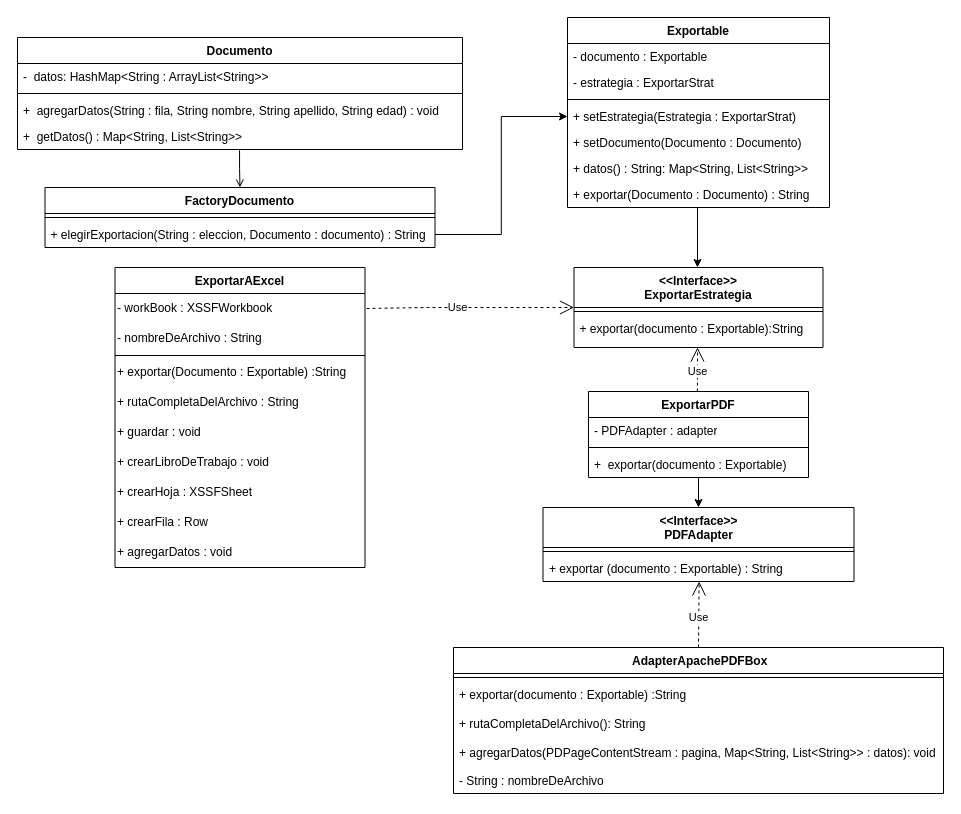
AustroPa/ModuloExportador-Buffa-Fernandez keeps this draw.io diagram as V2/BuffaFernandez - Diagrama V2.drawio. Above is the earlier version. Source tidied: cells renumbered, new cells numbered last; positions are measured from the earlier drawing's top-left corner, leaving out a move shared by most shapes. Both pictures are drawn from the tidied source at 100%, with x=0, y=0 at pixel (17, 17).
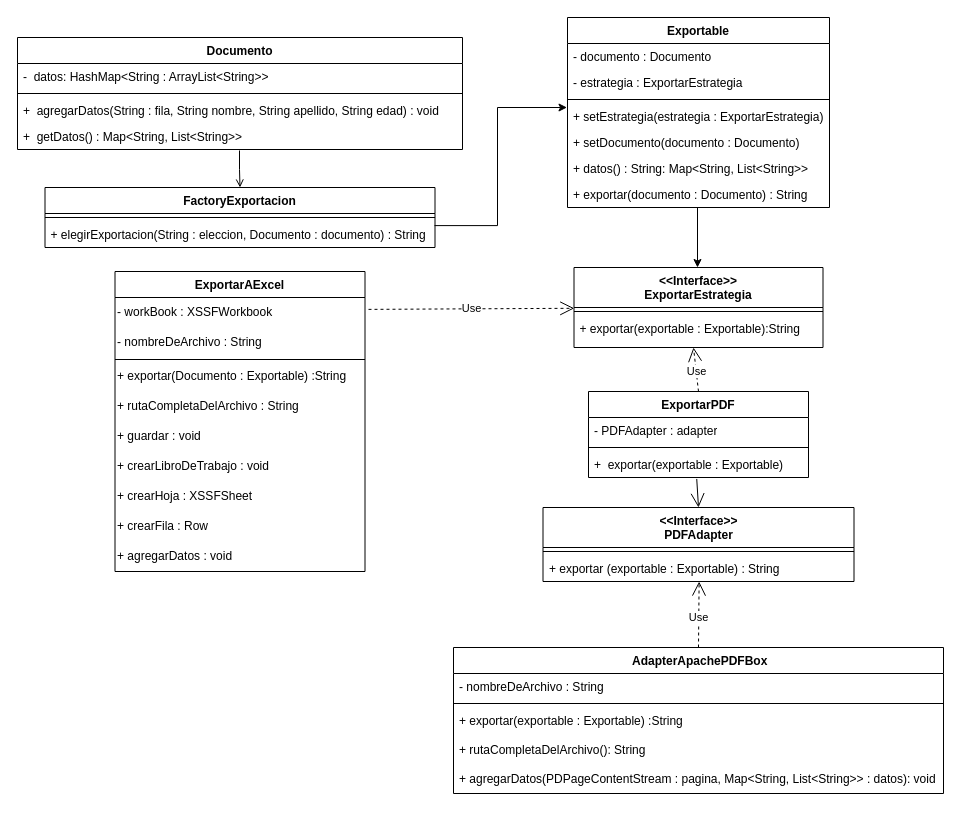
After the change.

Unchanged cells that the change refers to:
```xml
<mxCell id="6" value="+  getDatos() : Map&lt;String, List&lt;String&gt;&gt;" style="text;align=left;verticalAlign=top;spacingLeft=4;spacingRight=4;overflow=hidden;points=[[0,0.5],[1,0.5]];portConstraint=eastwest;" parent="2" vertex="1">
  <mxGeometry y="86" width="445" height="26" as="geometry" />
</mxCell>
<mxCell id="7" value="&lt;&lt;Interface&gt;&gt;&#10;ExportarEstrategia" style="swimlane;fontStyle=1;align=center;verticalAlign=top;horizontal=1;startSize=40;rounded=0;shadow=0;strokeWidth=1;swimlaneFillColor=default;" parent="1" vertex="1">
  <mxGeometry x="556.5" y="250" width="249" height="80" as="geometry" />
</mxCell>
<mxCell id="8" style="line;html=1;strokeWidth=1;align=left;verticalAlign=middle;spacingTop=-1;spacingLeft=3;spacingRight=3;labelPosition=right;points=[];portConstraint=eastwest;" parent="7" vertex="1">
  <mxGeometry y="40" width="249" height="8" as="geometry" />
</mxCell>
<mxCell id="11" value="- workBook : XSSFWorkbook" style="text;html=1;align=left;verticalAlign=middle;points=[];strokeColor=none;fillColor=none;" parent="10" vertex="1">
  <mxGeometry y="26" width="250" height="30" as="geometry" />
</mxCell>
<mxCell id="22" value="Exportable" style="swimlane;fontStyle=1;align=center;verticalAlign=top;horizontal=1;startSize=26;rounded=0;shadow=0;strokeWidth=1;swimlaneFillColor=default;" parent="1" vertex="1">
  <mxGeometry x="550" width="262" height="190" as="geometry" />
</mxCell>
<mxCell id="32" value="&lt;b&gt;ExportarPDF&lt;/b&gt;" style="swimlane;fontStyle=0;align=center;verticalAlign=top;horizontal=1;startSize=26;whiteSpace=wrap;html=1;swimlaneFillColor=default;" parent="1" vertex="1">
  <mxGeometry x="571" y="374" width="220" height="86" as="geometry" />
</mxCell>
<mxCell id="38" value="&lt;div&gt;&amp;lt;&amp;lt;Interface&amp;gt;&amp;gt;&lt;/div&gt;&lt;div&gt;PDFAdapter &lt;br&gt;&lt;/div&gt;" style="swimlane;fontStyle=1;align=center;verticalAlign=top;horizontal=1;startSize=40;whiteSpace=wrap;html=1;swimlaneFillColor=default;" parent="1" vertex="1">
  <mxGeometry x="525.5" y="490" width="311" height="74" as="geometry" />
</mxCell>
<mxCell id="41" value="&amp;nbsp;AdapterApachePDFBox" style="swimlane;fontStyle=1;align=center;verticalAlign=top;horizontal=1;startSize=26;whiteSpace=wrap;html=1;swimlaneFillColor=default;" parent="1" vertex="1">
  <mxGeometry x="436" y="630" width="490" height="146" as="geometry" />
</mxCell>
```

The edit, as a diff of the source:
```diff
@@
-    <mxCell id="9" value="+ exportar(documento : Exportable):String" style="text;align=left;verticalAlign=top;spacingLeft=4;spacingRight=4;overflow=hidden;" parent="7" vertex="1">
+    <mxCell id="9" value="+ exportar(exportable : Exportable):String" style="text;align=left;verticalAlign=top;spacingLeft=4;spacingRight=4;overflow=hidden;" parent="7" vertex="1">
       <mxGeometry y="48" width="249" height="26" as="geometry" />
     </mxCell>
     <mxCell id="10" value="ExportarAExcel" style="swimlane;fontStyle=1;align=center;verticalAlign=top;horizontal=1;startSize=26;rounded=0;shadow=0;strokeWidth=1;swimlaneLine=1;glass=0;fillColor=default;gradientColor=none;swimlaneFillColor=default;perimeterSpacing=1;" parent="1" vertex="1">
-      <mxGeometry x="97.5" y="250" width="250" height="300" as="geometry" />
+      <mxGeometry x="97.5" y="254" width="250" height="300" as="geometry" />
     </mxCell>
@@
-    <mxCell id="23" value="- documento : Exportable" style="text;align=left;verticalAlign=top;spacingLeft=4;spacingRight=4;overflow=hidden;rounded=0;shadow=0;html=0;" parent="22" vertex="1">
+    <mxCell id="23" value="- documento : Documento" style="text;align=left;verticalAlign=top;spacingLeft=4;spacingRight=4;overflow=hidden;rounded=0;shadow=0;html=0;" parent="22" vertex="1">
       <mxGeometry y="26" width="262" height="26" as="geometry" />
     </mxCell>
-    <mxCell id="24" value="- estrategia : ExportarStrat" style="text;align=left;verticalAlign=top;spacingLeft=4;spacingRight=4;overflow=hidden;rounded=0;shadow=0;html=0;" parent="22" vertex="1">
+    <mxCell id="24" value="- estrategia : ExportarEstrategia" style="text;align=left;verticalAlign=top;spacingLeft=4;spacingRight=4;overflow=hidden;rounded=0;shadow=0;html=0;" parent="22" vertex="1">
       <mxGeometry y="52" width="262" height="26" as="geometry" />
     </mxCell>
@@
-    <mxCell id="26" value="+ setEstrategia(Estrategia : ExportarStrat)" style="text;align=left;verticalAlign=top;spacingLeft=4;spacingRight=4;overflow=hidden;points=[[0,0.5],[1,0.5]];portConstraint=eastwest;" parent="22" vertex="1">
+    <mxCell id="26" value="+ setEstrategia(estrategia : ExportarEstrategia)" style="text;align=left;verticalAlign=top;spacingLeft=4;spacingRight=4;overflow=hidden;points=[[0,0.5],[1,0.5]];portConstraint=eastwest;" parent="22" vertex="1">
       <mxGeometry y="86" width="262" height="26" as="geometry" />
     </mxCell>
-    <mxCell id="27" value="+ setDocumento(Documento : Documento)" style="text;align=left;verticalAlign=top;spacingLeft=4;spacingRight=4;overflow=hidden;" parent="22" vertex="1">
+    <mxCell id="27" value="+ setDocumento(documento : Documento)" style="text;align=left;verticalAlign=top;spacingLeft=4;spacingRight=4;overflow=hidden;" parent="22" vertex="1">
       <mxGeometry y="112" width="262" height="26" as="geometry" />
     </mxCell>
@@
-    <mxCell id="29" value="+ exportar(Documento : Documento) : String" style="text;align=left;verticalAlign=top;spacingLeft=4;spacingRight=4;overflow=hidden;" parent="22" vertex="1">
+    <mxCell id="29" value="+ exportar(documento : Documento) : String" style="text;align=left;verticalAlign=top;spacingLeft=4;spacingRight=4;overflow=hidden;" parent="22" vertex="1">
       <mxGeometry y="164" width="262" height="26" as="geometry" />
     </mxCell>
-    <mxCell id="30" style="endArrow=open;shadow=0;strokeWidth=1;rounded=0;curved=0;endFill=1;edgeStyle=elbowEdgeStyle;elbow=vertical;entryX=0.5;entryY=0;entryDx=0;entryDy=0;exitX=0.499;exitY=1.028;exitDx=0;exitDy=0;exitPerimeter=0;" parent="1" edge="1" source="6" target="46">
-      <mxGeometry x="0.5" y="41" relative="1" as="geometry">
-        <mxPoint x="-40" y="32" as="offset" />
-      </mxGeometry>
-    </mxCell>
-    <mxCell id="31" style="edgeStyle=orthogonalEdgeStyle;rounded=0;jettySize=auto;html=1;entryX=0.5;entryY=0;entryDx=0;entryDy=0;" parent="1" edge="1" source="32" target="38">
-      <mxGeometry relative="1" as="geometry" />
-    </mxCell>
@@
-    <mxCell id="35" value="+&amp;nbsp; exportar(documento :&amp;nbsp;Exportable)" style="text;strokeColor=none;fillColor=none;align=left;verticalAlign=top;spacingLeft=4;spacingRight=4;overflow=hidden;points=[[0,0.5],[1,0.5]];portConstraint=eastwest;whiteSpace=wrap;html=1;" parent="32" vertex="1">
+    <mxCell id="35" value="+&amp;nbsp; exportar(exportable :&amp;nbsp;Exportable)" style="text;strokeColor=none;fillColor=none;align=left;verticalAlign=top;spacingLeft=4;spacingRight=4;overflow=hidden;points=[[0,0.5],[1,0.5]];portConstraint=eastwest;whiteSpace=wrap;html=1;" parent="32" vertex="1">
       <mxGeometry y="60" width="220" height="26" as="geometry" />
     </mxCell>
-    <mxCell id="36" value="Use" style="endArrow=open;endSize=12;dashed=1;html=1;rounded=0;exitX=0.495;exitY=0;exitDx=0;exitDy=0;exitPerimeter=0;" parent="1" edge="1" source="32">
+    <mxCell id="36" value="Use" style="endArrow=open;endSize=12;dashed=1;html=1;rounded=0;exitX=0.5;exitY=0;exitDx=0;exitDy=0;" parent="1" edge="1" source="32">
       <mxGeometry x="-0.08" relative="1" as="geometry">
-        <mxPoint x="680" y="330" as="targetPoint" />
+        <mxPoint x="676" y="330" as="targetPoint" />
       </mxGeometry>
     </mxCell>
-    <mxCell id="37" value="Use" style="endArrow=open;endSize=12;dashed=1;html=1;rounded=0;entryX=0;entryY=0.5;entryDx=0;entryDy=0;" parent="1" edge="1" target="7">
-      <mxGeometry x="-0.12" relative="1" as="geometry">
-        <mxPoint x="349" y="291" as="sourcePoint" />
-        <Array as="points">
-          <mxPoint x="410" y="290" />
-          <mxPoint x="430" y="290" />
-        </Array>
-      </mxGeometry>
+    <mxCell id="37" value="Use" style="endArrow=open;endSize=12;dashed=1;html=1;rounded=0;exitX=1.014;exitY=0.396;exitDx=0;exitDy=0;exitPerimeter=0;entryX=0.001;entryY=0.099;entryDx=0;entryDy=0;entryPerimeter=0;" parent="1" edge="1" source="11" target="8">
+      <mxGeometry relative="1" as="geometry" />
     </mxCell>
@@
-    <mxCell id="40" value="+ exportar (documento :&amp;nbsp;Exportable) : String" style="text;strokeColor=none;fillColor=none;align=left;verticalAlign=top;spacingLeft=4;spacingRight=4;overflow=hidden;points=[[0,0.5],[1,0.5]];portConstraint=eastwest;whiteSpace=wrap;html=1;" parent="38" vertex="1">
+    <mxCell id="40" value="+ exportar (exportable :&amp;nbsp;Exportable) : String" style="text;strokeColor=none;fillColor=none;align=left;verticalAlign=top;spacingLeft=4;spacingRight=4;overflow=hidden;points=[[0,0.5],[1,0.5]];portConstraint=eastwest;whiteSpace=wrap;html=1;" parent="38" vertex="1">
       <mxGeometry y="48" width="311" height="26" as="geometry" />
     </mxCell>
@@
+    <mxCell id="44" value="-&amp;nbsp;nombreDeArchivo : String " style="text;strokeColor=none;fillColor=none;align=left;verticalAlign=top;spacingLeft=4;spacingRight=4;overflow=hidden;whiteSpace=wrap;html=1;" parent="41" vertex="1">
+      <mxGeometry y="26" width="490" height="26" as="geometry" />
+    </mxCell>
     <mxCell id="42" style="line;strokeWidth=1;fillColor=none;align=left;verticalAlign=middle;spacingTop=-1;spacingLeft=3;spacingRight=3;labelPosition=right;strokeColor=inherit;" parent="41" vertex="1">
-      <mxGeometry y="26" width="490" height="8" as="geometry" />
+      <mxGeometry y="52" width="490" height="8" as="geometry" />
     </mxCell>
-    <mxCell id="43" value="&lt;div&gt;+ exportar(documento :&amp;nbsp;Exportable) :String&lt;/div&gt;&lt;div&gt;&lt;br&gt;&lt;/div&gt;&lt;div&gt;+ rutaCompletaDelArchivo(): String&lt;br&gt;&lt;/div&gt;&lt;div&gt;&lt;br&gt;&lt;/div&gt;&lt;div&gt;+ agregarDatos(PDPageContentStream : pagina,&amp;nbsp;&lt;span style=&quot;text-wrap: nowrap; background-color: initial;&quot;&gt;Map&amp;lt;String, List&amp;lt;String&amp;gt;&amp;gt; : datos&lt;/span&gt;&lt;span style=&quot;background-color: initial;&quot;&gt;): void&lt;/span&gt;&lt;/div&gt;&lt;div&gt;&lt;br&gt;&lt;/div&gt;&lt;div&gt;&lt;br&gt;&lt;/div&gt;" style="text;strokeColor=none;fillColor=none;align=left;verticalAlign=top;spacingLeft=4;spacingRight=4;overflow=hidden;whiteSpace=wrap;html=1;" parent="41" vertex="1">
-      <mxGeometry y="34" width="490" height="86" as="geometry" />
+    <mxCell id="43" value="&lt;div&gt;+ exportar(exportable :&amp;nbsp;Exportable) :String&lt;/div&gt;&lt;div&gt;&lt;br&gt;&lt;/div&gt;&lt;div&gt;+ rutaCompletaDelArchivo(): String&lt;br&gt;&lt;/div&gt;&lt;div&gt;&lt;br&gt;&lt;/div&gt;&lt;div&gt;+ agregarDatos(PDPageContentStream : pagina,&amp;nbsp;&lt;span style=&quot;text-wrap: nowrap; background-color: initial;&quot;&gt;Map&amp;lt;String, List&amp;lt;String&amp;gt;&amp;gt; : datos&lt;/span&gt;&lt;span style=&quot;background-color: initial;&quot;&gt;): void&lt;/span&gt;&lt;/div&gt;&lt;div&gt;&lt;br&gt;&lt;/div&gt;&lt;div&gt;&lt;br&gt;&lt;/div&gt;" style="text;strokeColor=none;fillColor=none;align=left;verticalAlign=top;spacingLeft=4;spacingRight=4;overflow=hidden;whiteSpace=wrap;html=1;" parent="41" vertex="1">
+      <mxGeometry y="60" width="490" height="86" as="geometry" />
     </mxCell>
-    <mxCell id="44" value="- String : nombreDeArchivo" style="text;strokeColor=none;fillColor=none;align=left;verticalAlign=top;spacingLeft=4;spacingRight=4;overflow=hidden;whiteSpace=wrap;html=1;" parent="41" vertex="1">
-      <mxGeometry y="120" width="490" height="26" as="geometry" />
-    </mxCell>
+    <mxCell id="50" style="endArrow=open;endFill=1;endSize=12;html=1;rounded=0;exitX=0.492;exitY=1.055;exitDx=0;exitDy=0;exitPerimeter=0;entryX=0.5;entryY=0;entryDx=0;entryDy=0;" parent="1" edge="1" source="35" target="38">
+      <mxGeometry relative="1" as="geometry" />
+    </mxCell>
@@
-    <mxCell id="46" value="FactoryDocumento" style="swimlane;fontStyle=1;align=center;verticalAlign=top;horizontal=1;startSize=26;rounded=0;shadow=0;strokeWidth=1;swimlaneFillColor=default;" parent="1" vertex="1">
-      <mxGeometry x="27.5" y="170" width="390" height="60" as="geometry" />
-    </mxCell>
+    <mxCell id="51" style="endArrow=open;shadow=0;strokeWidth=1;rounded=0;curved=0;endFill=1;edgeStyle=elbowEdgeStyle;elbow=vertical;entryX=0.5;entryY=0;entryDx=0;entryDy=0;exitX=0.499;exitY=1.028;exitDx=0;exitDy=0;exitPerimeter=0;" parent="1" edge="1" target="52">
+      <mxGeometry x="0.5" y="41" relative="1" as="geometry">
+        <mxPoint x="222" y="133" as="sourcePoint" />
+        <mxPoint x="-40" y="32" as="offset" />
+      </mxGeometry>
+    </mxCell>
+    <mxCell id="52" value="FactoryExportacion" style="swimlane;fontStyle=1;align=center;verticalAlign=top;horizontal=1;startSize=26;rounded=0;shadow=0;strokeWidth=1;swimlaneFillColor=default;" parent="1" vertex="1">
+      <mxGeometry x="27.5" y="170" width="390" height="60" as="geometry" />
+    </mxCell>
-    <mxCell id="47" style="line;html=1;strokeWidth=1;align=left;verticalAlign=middle;spacingTop=-1;spacingLeft=3;spacingRight=3;labelPosition=right;" parent="46" vertex="1">
+    <mxCell id="47" style="line;html=1;strokeWidth=1;align=left;verticalAlign=middle;spacingTop=-1;spacingLeft=3;spacingRight=3;labelPosition=right;" parent="52" vertex="1">
       <mxGeometry y="26" width="390" height="8" as="geometry" />
     </mxCell>
-    <mxCell id="48" value="+ elegirExportacion(String : eleccion, Documento : documento) : String" style="text;align=left;verticalAlign=top;spacingLeft=4;spacingRight=4;overflow=hidden;points=[[0,0.5],[1,0.5]];portConstraint=eastwest;" parent="46" vertex="1">
+    <mxCell id="48" value="+ elegirExportacion(String : eleccion, Documento : documento) : String" style="text;align=left;verticalAlign=top;spacingLeft=4;spacingRight=4;overflow=hidden;points=[[0,0.5],[1,0.5]];portConstraint=eastwest;" parent="52" vertex="1">
       <mxGeometry y="34" width="390" height="26" as="geometry" />
     </mxCell>
-    <mxCell id="49" style="edgeStyle=orthogonalEdgeStyle;rounded=0;jettySize=auto;html=1;entryX=0;entryY=0.5;entryDx=0;entryDy=0;" parent="1" edge="1" source="48" target="26">
-      <mxGeometry relative="1" as="geometry" />
-    </mxCell>
+    <mxCell id="53" style="edgeStyle=orthogonalEdgeStyle;rounded=0;orthogonalLoop=1;jettySize=auto;html=1;entryX=0;entryY=0.5;entryDx=0;entryDy=0;" parent="1" edge="1">
+      <mxGeometry relative="1" as="geometry">
+        <mxPoint x="417" y="208.1" as="sourcePoint" />
+        <mxPoint x="549.5" y="90" as="targetPoint" />
+        <Array as="points">
+          <mxPoint x="480" y="208" />
+          <mxPoint x="480" y="90" />
+        </Array>
+      </mxGeometry>
+    </mxCell>
```
